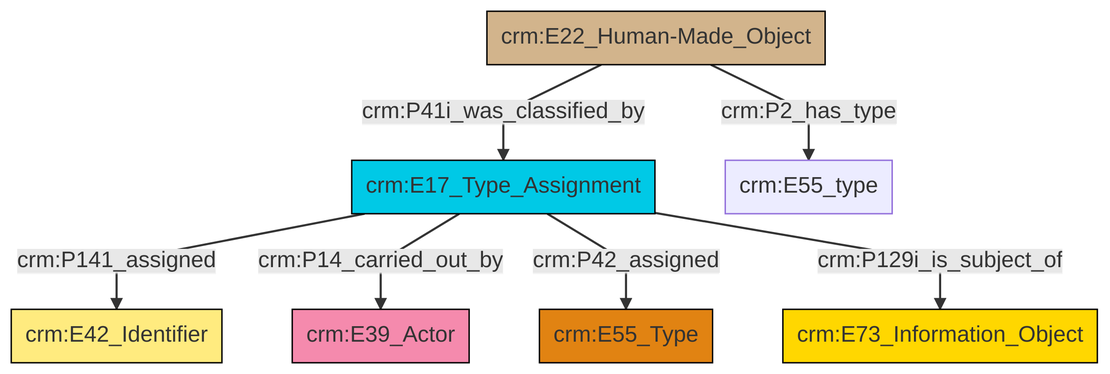
Before: et/builtWorkCSV/ttl/mmd/png/Built_Work_designation_status.png, a diagram exported from Mermaid (swiss-art-research-net/reference-data-models). Its source is kept beside it as et/builtWorkCSV/ttl/mmd/Built_Work_designation_status.ttl.mmd.
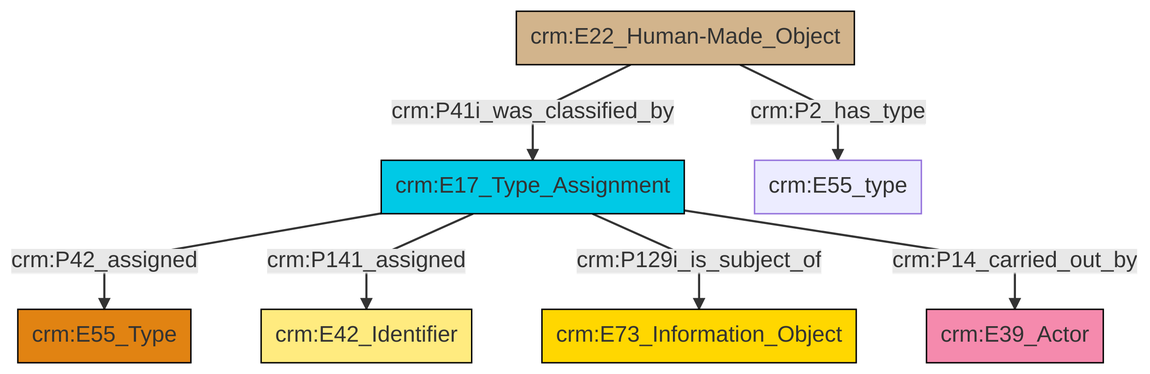
After the change.

The edit, as a diff of the source:
```diff
@@ -13,9 +13,9 @@
 classDef PC_Classes fill:#4ce600, stroke:#000000;
 classDef Multi fill:#cccccc,stroke:#000000;
 
-0["crm:E17_Type_Assignment"]:::Temporal_Entity -->|crm:P141_assigned| 2["crm:E42_Identifier"]:::Appellation
-0["crm:E17_Type_Assignment"]:::Temporal_Entity -->|crm:P14_carried_out_by| 3["crm:E39_Actor"]:::Actor
-4["crm:E22_Human-Made_Object"]:::Physical_Thing -->|crm:P2_has_type| 5["crm:E55_type"]:::Default
-0["crm:E17_Type_Assignment"]:::Temporal_Entity -->|crm:P42_assigned| 8["crm:E55_Type"]:::Type
-0["crm:E17_Type_Assignment"]:::Temporal_Entity -->|crm:P129i_is_subject_of| 11["crm:E73_Information_Object"]:::Conceptual_Object
-4["crm:E22_Human-Made_Object"]:::Physical_Thing -->|crm:P41i_was_classified_by| 0["crm:E17_Type_Assignment"]:::Temporal_Entity
+0["crm:E22_Human-Made_Object"]:::Physical_Thing -->|crm:P41i_was_classified_by| 1["crm:E17_Type_Assignment"]:::Temporal_Entity
+1["crm:E17_Type_Assignment"]:::Temporal_Entity -->|crm:P42_assigned| 2["crm:E55_Type"]:::Type
+1["crm:E17_Type_Assignment"]:::Temporal_Entity -->|crm:P141_assigned| 5["crm:E42_Identifier"]:::Appellation
+1["crm:E17_Type_Assignment"]:::Temporal_Entity -->|crm:P129i_is_subject_of| 6["crm:E73_Information_Object"]:::Conceptual_Object
+1["crm:E17_Type_Assignment"]:::Temporal_Entity -->|crm:P14_carried_out_by| 10["crm:E39_Actor"]:::Actor
+0["crm:E22_Human-Made_Object"]:::Physical_Thing -->|crm:P2_has_type| 8["crm:E55_type"]:::Default
```
